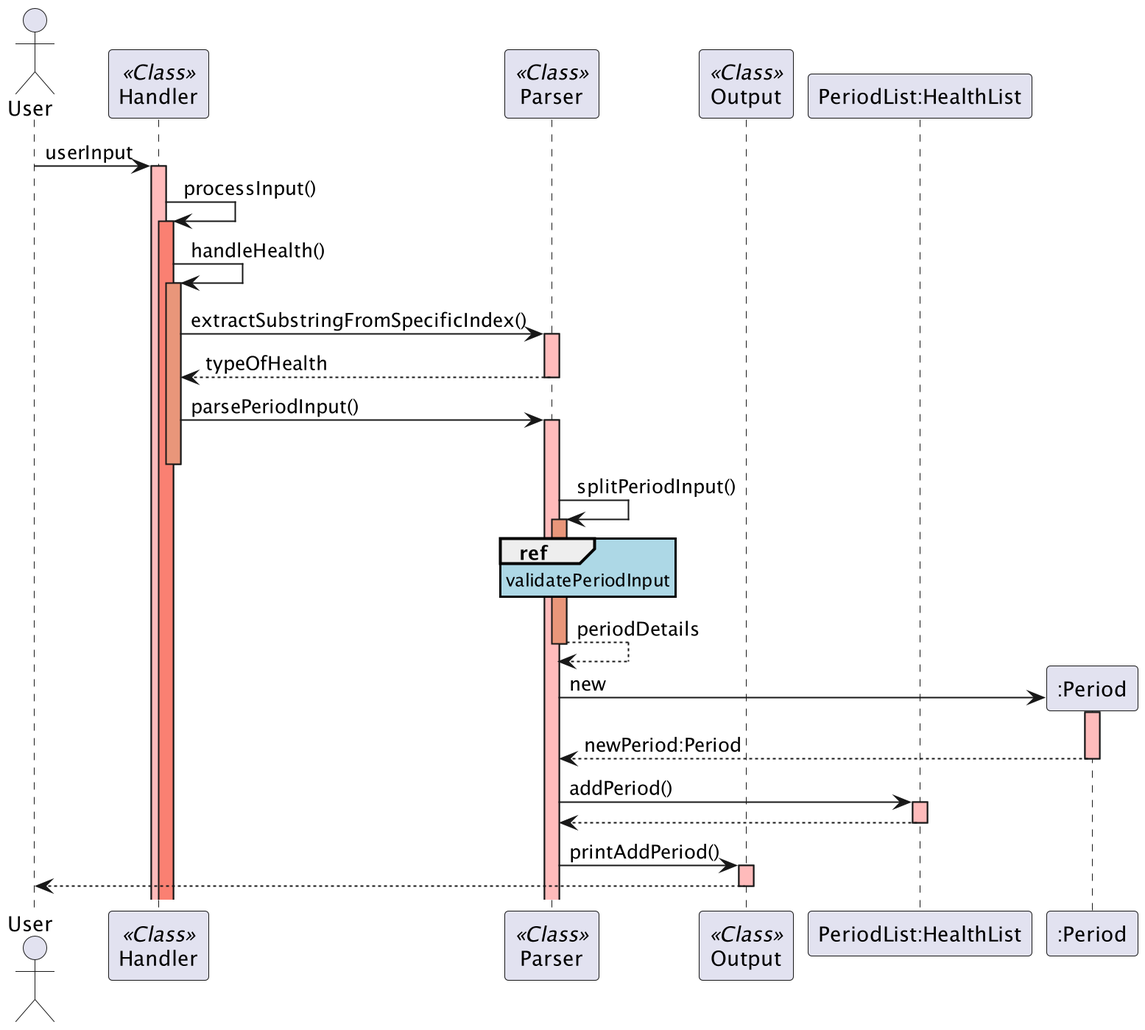
Above: docs/img/sequence_diagrams/period_sequence.png in rouvinerh/tp (PlantUML), before the change. Its source is kept beside it as docs/puml/sequence_diagrams/period_sequence.puml.
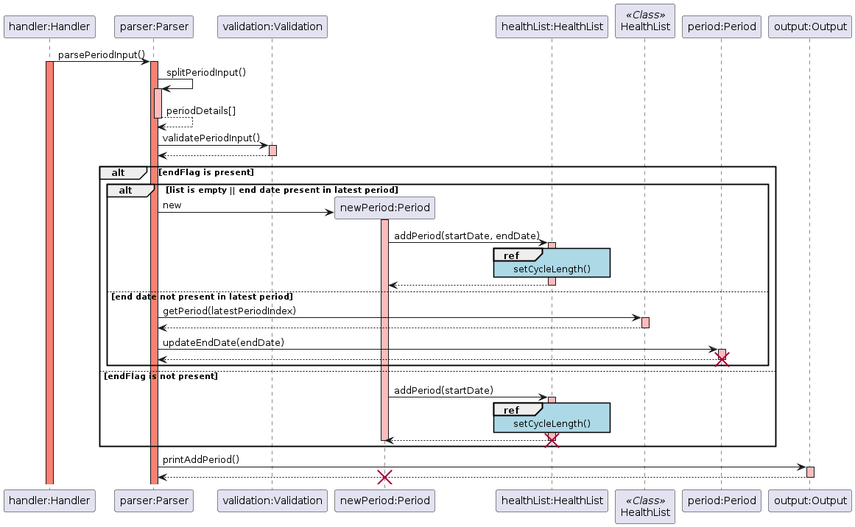
After the change.

Commit message:
update period and bmi seq diagrams

The edit, as a diff of the source:
```diff
@@ -19,7 +19,6 @@
 
 Parser -> Validation: validatePeriodInput()
 activate Validation #FFBBBB
-ref over Validation: validatePeriodInput
 Validation --> Parser:
 deactivate Validation
 
@@ -32,21 +31,24 @@
 ref over HealthList: setCycleLength()
     HealthList --> Period:
     deactivate HealthList #FFBBBB
-    deactivate Period #FFBBBB
+
 
     else end date not present in latest period
     Parser -> HealthList1: getPeriod(latestPeriodIndex)
     activate HealthList1 #FFBBBB
+
     HealthList1 --> Parser:
+    deactivate HealthList1 #FFBBBB
     Parser -> "period:Period": updateEndDate(endDate)
     activate "period:Period" #FFBBBB
     "period:Period" --> Parser:
     deactivate HealthList1 #FFBBBB
     deactivate "period:Period" #FFBBBB
+    destroy "period:Period"
     end
 
 else endFlag is not present
-    Parser -> Period **: new
+
     activate Period #FFBBBB
     Period -> HealthList: addPeriod(startDate)
 ref over HealthList: setCycleLength()
@@ -54,8 +56,13 @@
     HealthList --> Period:
     deactivate HealthList #FFBBBB
     deactivate Period #FFBBBB
+    destroy HealthList
 
 end
-
+Parser -> "output:Output": printAddPeriod()
+activate "output:Output" #FFBBBB
+"output:Output" --> Parser:
+deactivate  "output:Output"
+destroy Period
 
 @enduml
```
